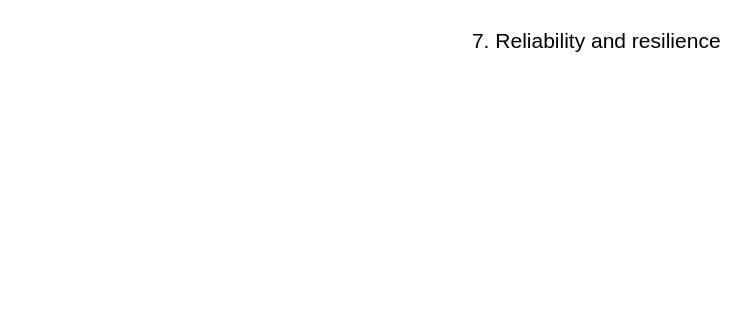
Earlier version of the draw.io diagram page "7. Reliability and resilience" (5 of 8) of Devops.drawio (gonchigars/awesome-startup-credits). Source tidied: cells renumbered, new cells numbered last; positions are measured from the earlier drawing's top-left corner, leaving out a move shared by most shapes. Both pictures are drawn from the tidied source at 150%, with x=0, y=0 at pixel (460, 26).
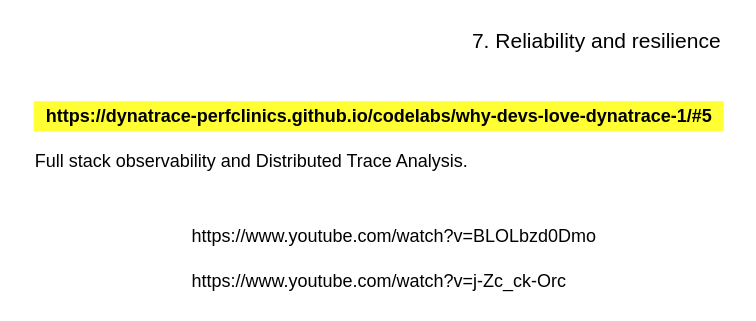
After the change.

Diff of the diagram source:
```diff
@@
 <mxGraphModel>
   <root>
     <mxCell id="0" />
     <mxCell id="1" parent="0" />
     <mxCell id="2" value="7. Reliability and resilience" style="text;html=1;align=center;verticalAlign=middle;strokeColor=none;fillColor=none;fontSize=14;" parent="1" vertex="1">
       <mxGeometry width="180" height="20" as="geometry" />
     </mxCell>
+    <mxCell id="3" value="Full stack observability and Distributed Trace Analysis.&lt;br&gt;" style="text;html=1;align=center;verticalAlign=middle;strokeColor=none;fillColor=none;" parent="1" vertex="1">
+      <mxGeometry x="-290" y="80" width="300" height="20" as="geometry" />
+    </mxCell>
+    <mxCell id="4" value="https://www.youtube.com/watch?v=BLOLbzd0Dmo" style="text;html=1;align=center;verticalAlign=middle;strokeColor=none;fillColor=none;" parent="1" vertex="1">
+      <mxGeometry x="-190" y="130" width="290" height="20" as="geometry" />
+    </mxCell>
+    <mxCell id="5" value="https://www.youtube.com/watch?v=j-Zc_ck-Orc" style="text;html=1;align=center;verticalAlign=middle;strokeColor=none;fillColor=none;" parent="1" vertex="1">
+      <mxGeometry x="-190" y="160" width="270" height="20" as="geometry" />
+    </mxCell>
+    <mxCell id="6" value="&lt;b&gt;https://dynatrace-perfclinics.github.io/codelabs/why-devs-love-dynatrace-1/#5&lt;/b&gt;" style="text;html=1;align=center;verticalAlign=middle;strokeColor=none;fillColor=#FFFF33;" parent="1" vertex="1">
+      <mxGeometry x="-285" y="50" width="460" height="20" as="geometry" />
+    </mxCell>
   </root>
 </mxGraphModel>
```
